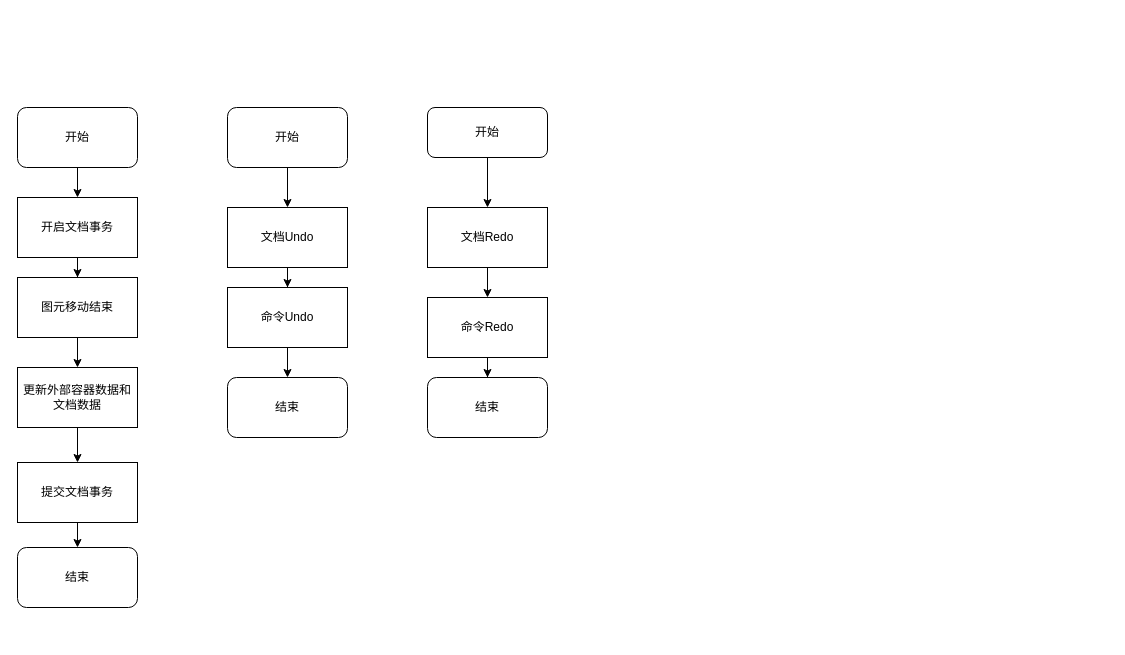
The draw.io diagram 草图Undo/Redo.drawio in liuhuliuhu123/First-test, before the edit. Source tidied: cells renumbered, new cells numbered last; positions are measured from the earlier drawing's top-left corner, leaving out a move shared by most shapes. Both pictures are drawn from the tidied source at 100%, with x=0, y=0 at pixel (17, 107).
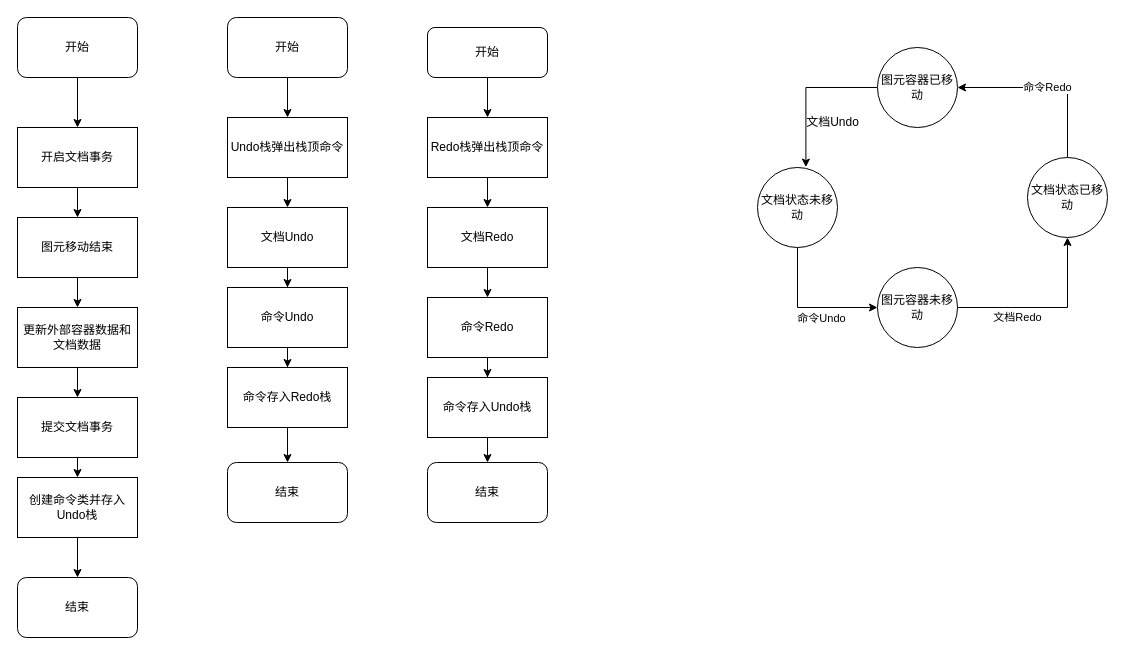
The same page after the edit.

The change refers to these unchanged cells:
```xml
<mxCell id="16" value="文档Undo" style="rounded=0;whiteSpace=wrap;html=1;" parent="1" vertex="1">
  <mxGeometry x="210" y="100" width="120" height="60" as="geometry" />
</mxCell>
<mxCell id="18" value="命令Undo" style="whiteSpace=wrap;html=1;rounded=0;" parent="1" vertex="1">
  <mxGeometry x="210" y="180" width="120" height="60" as="geometry" />
</mxCell>
<mxCell id="23" value="文档Redo" style="rounded=0;whiteSpace=wrap;html=1;" parent="1" vertex="1">
  <mxGeometry x="410" y="100" width="120" height="60" as="geometry" />
</mxCell>
<mxCell id="25" value="命令Redo" style="rounded=0;whiteSpace=wrap;html=1;" parent="1" vertex="1">
  <mxGeometry x="410" y="190" width="120" height="60" as="geometry" />
</mxCell>
```

What changed in the source:
```diff
@@
     <mxCell id="3" value="开始" style="rounded=1;whiteSpace=wrap;html=1;" parent="1" vertex="1">
-      <mxGeometry width="120" height="60" as="geometry" />
+      <mxGeometry y="-90" width="120" height="60" as="geometry" />
     </mxCell>
-    <mxCell id="4" style="edgeStyle=orthogonalEdgeStyle;rounded=0;jettySize=auto;html=1;entryX=0.5;entryY=0;entryDx=0;entryDy=0;" parent="1" edge="1" source="5" target="16">
-      <mxGeometry relative="1" as="geometry" />
-    </mxCell>
+    <mxCell id="27" style="edgeStyle=orthogonalEdgeStyle;rounded=0;jettySize=auto;html=1;entryX=0.5;entryY=0;entryDx=0;entryDy=0;" parent="1" edge="1" source="5" target="33">
+      <mxGeometry relative="1" as="geometry" />
+    </mxCell>
     <mxCell id="5" value="开始" style="rounded=1;whiteSpace=wrap;html=1;" parent="1" vertex="1">
-      <mxGeometry x="210" width="120" height="60" as="geometry" />
+      <mxGeometry x="210" y="-90" width="120" height="60" as="geometry" />
     </mxCell>
@@
     <mxCell id="7" value="开启文档事务" style="rounded=0;whiteSpace=wrap;html=1;" parent="1" vertex="1">
-      <mxGeometry y="90" width="120" height="60" as="geometry" />
+      <mxGeometry y="20" width="120" height="60" as="geometry" />
     </mxCell>
@@
     <mxCell id="9" value="图元移动结束" style="rounded=0;whiteSpace=wrap;html=1;" parent="1" vertex="1">
-      <mxGeometry y="170" width="120" height="60" as="geometry" />
+      <mxGeometry y="110" width="120" height="60" as="geometry" />
     </mxCell>
@@
     <mxCell id="11" value="更新外部容器数据和文档数据" style="rounded=0;whiteSpace=wrap;html=1;" parent="1" vertex="1">
-      <mxGeometry y="260" width="120" height="60" as="geometry" />
+      <mxGeometry y="200" width="120" height="60" as="geometry" />
     </mxCell>
-    <mxCell id="12" style="edgeStyle=orthogonalEdgeStyle;rounded=0;jettySize=auto;html=1;entryX=0.5;entryY=0;entryDx=0;entryDy=0;" parent="1" edge="1" source="13" target="14">
-      <mxGeometry relative="1" as="geometry" />
-    </mxCell>
+    <mxCell id="28" style="edgeStyle=orthogonalEdgeStyle;rounded=0;jettySize=auto;html=1;" parent="1" edge="1" source="13">
+      <mxGeometry relative="1" as="geometry">
+        <mxPoint x="60" y="370" as="targetPoint" />
+      </mxGeometry>
+    </mxCell>
     <mxCell id="13" value="提交文档事务" style="rounded=0;whiteSpace=wrap;html=1;" parent="1" vertex="1">
-      <mxGeometry y="355" width="120" height="60" as="geometry" />
+      <mxGeometry y="290" width="120" height="60" as="geometry" />
     </mxCell>
     <mxCell id="14" value="结束" style="rounded=1;whiteSpace=wrap;html=1;" parent="1" vertex="1">
-      <mxGeometry y="440" width="120" height="60" as="geometry" />
+      <mxGeometry y="470" width="120" height="60" as="geometry" />
     </mxCell>
@@
-    <mxCell id="17" style="edgeStyle=orthogonalEdgeStyle;rounded=0;jettySize=auto;html=1;entryX=0.5;entryY=0;entryDx=0;entryDy=0;" parent="1" edge="1" source="18" target="19">
-      <mxGeometry relative="1" as="geometry" />
-    </mxCell>
+    <mxCell id="29" style="edgeStyle=orthogonalEdgeStyle;rounded=0;jettySize=auto;html=1;entryX=0.5;entryY=0;entryDx=0;entryDy=0;" parent="1" edge="1" source="18" target="37">
+      <mxGeometry relative="1" as="geometry" />
+    </mxCell>
@@
     <mxCell id="19" value="结束" style="rounded=1;whiteSpace=wrap;html=1;" parent="1" vertex="1">
-      <mxGeometry x="210" y="270" width="120" height="60" as="geometry" />
+      <mxGeometry x="210" y="355" width="120" height="60" as="geometry" />
     </mxCell>
-    <mxCell id="20" style="edgeStyle=orthogonalEdgeStyle;rounded=0;jettySize=auto;html=1;entryX=0.5;entryY=0;entryDx=0;entryDy=0;" parent="1" edge="1" source="21" target="23">
-      <mxGeometry relative="1" as="geometry" />
-    </mxCell>
+    <mxCell id="30" style="edgeStyle=orthogonalEdgeStyle;rounded=0;jettySize=auto;html=1;" parent="1" edge="1" source="21" target="35">
+      <mxGeometry relative="1" as="geometry" />
+    </mxCell>
     <mxCell id="21" value="开始" style="rounded=1;whiteSpace=wrap;html=1;" parent="1" vertex="1">
-      <mxGeometry x="410" width="120" height="50" as="geometry" />
+      <mxGeometry x="410" y="-80" width="120" height="50" as="geometry" />
     </mxCell>
@@
-    <mxCell id="24" style="edgeStyle=orthogonalEdgeStyle;rounded=0;jettySize=auto;html=1;entryX=0.5;entryY=0;entryDx=0;entryDy=0;" parent="1" edge="1" source="25" target="26">
-      <mxGeometry relative="1" as="geometry" />
-    </mxCell>
+    <mxCell id="31" style="edgeStyle=orthogonalEdgeStyle;rounded=0;jettySize=auto;html=1;entryX=0.5;entryY=0;entryDx=0;entryDy=0;" parent="1" edge="1" source="25" target="39">
+      <mxGeometry relative="1" as="geometry" />
+    </mxCell>
@@
     <mxCell id="26" value="结束" style="rounded=1;whiteSpace=wrap;html=1;" parent="1" vertex="1">
-      <mxGeometry x="410" y="270" width="120" height="60" as="geometry" />
+      <mxGeometry x="410" y="355" width="120" height="60" as="geometry" />
     </mxCell>
+    <mxCell id="32" style="edgeStyle=orthogonalEdgeStyle;rounded=0;jettySize=auto;html=1;entryX=0.5;entryY=0;entryDx=0;entryDy=0;" parent="1" edge="1" source="33" target="16">
+      <mxGeometry relative="1" as="geometry" />
+    </mxCell>
+    <mxCell id="33" value="Undo栈弹出栈顶命令" style="rounded=0;whiteSpace=wrap;html=1;" parent="1" vertex="1">
+      <mxGeometry x="210" y="10" width="120" height="60" as="geometry" />
+    </mxCell>
+    <mxCell id="34" style="edgeStyle=orthogonalEdgeStyle;rounded=0;jettySize=auto;html=1;entryX=0.5;entryY=0;entryDx=0;entryDy=0;" parent="1" edge="1" source="35" target="23">
+      <mxGeometry relative="1" as="geometry" />
+    </mxCell>
+    <mxCell id="35" value="Redo栈弹出栈顶命令" style="rounded=0;whiteSpace=wrap;html=1;" parent="1" vertex="1">
+      <mxGeometry x="410" y="10" width="120" height="60" as="geometry" />
+    </mxCell>
+    <mxCell id="36" style="edgeStyle=orthogonalEdgeStyle;rounded=0;jettySize=auto;html=1;entryX=0.5;entryY=0;entryDx=0;entryDy=0;" parent="1" edge="1" source="37" target="19">
+      <mxGeometry relative="1" as="geometry" />
+    </mxCell>
+    <mxCell id="37" value="命令存入Redo栈" style="rounded=0;whiteSpace=wrap;html=1;" parent="1" vertex="1">
+      <mxGeometry x="210" y="260" width="120" height="60" as="geometry" />
+    </mxCell>
+    <mxCell id="38" style="edgeStyle=orthogonalEdgeStyle;rounded=0;jettySize=auto;html=1;entryX=0.5;entryY=0;entryDx=0;entryDy=0;" parent="1" edge="1" source="39" target="26">
+      <mxGeometry relative="1" as="geometry" />
+    </mxCell>
+    <mxCell id="39" value="命令存入Undo栈" style="rounded=0;whiteSpace=wrap;html=1;" parent="1" vertex="1">
+      <mxGeometry x="410" y="270" width="120" height="60" as="geometry" />
+    </mxCell>
+    <mxCell id="40" style="edgeStyle=orthogonalEdgeStyle;rounded=0;jettySize=auto;html=1;entryX=0.5;entryY=0;entryDx=0;entryDy=0;" parent="1" edge="1" source="41" target="14">
+      <mxGeometry relative="1" as="geometry" />
+    </mxCell>
+    <mxCell id="41" value="创建命令类并存入Undo栈" style="rounded=0;whiteSpace=wrap;html=1;" parent="1" vertex="1">
+      <mxGeometry y="370" width="120" height="60" as="geometry" />
+    </mxCell>
+    <mxCell id="42" value="文档Redo" style="edgeStyle=orthogonalEdgeStyle;rounded=0;jettySize=auto;html=1;entryX=0.5;entryY=1;entryDx=0;entryDy=0;" parent="1" edge="1" source="43" target="51">
+      <mxGeometry x="-0.33" y="-10" relative="1" as="geometry">
+        <Array as="points">
+          <mxPoint x="1050" y="200" />
+        </Array>
+      </mxGeometry>
+    </mxCell>
+    <mxCell id="43" value="图元容器未移动" style="ellipse;whiteSpace=wrap;html=1;" parent="1" vertex="1">
+      <mxGeometry x="860" y="160" width="80" height="80" as="geometry" />
+    </mxCell>
+    <mxCell id="44" style="edgeStyle=orthogonalEdgeStyle;rounded=0;jettySize=auto;html=1;entryX=0.605;entryY=-0.005;entryDx=0;entryDy=0;entryPerimeter=0;" parent="1" edge="1" source="45" target="49">
+      <mxGeometry relative="1" as="geometry" />
+    </mxCell>
+    <mxCell id="45" value="图元容器已移动" style="ellipse;whiteSpace=wrap;html=1;" parent="1" vertex="1">
+      <mxGeometry x="860" y="-60" width="80" height="80" as="geometry" />
+    </mxCell>
+    <mxCell id="46" value="文档Undo" style="text;html=1;align=center;verticalAlign=middle;strokeColor=none;fillColor=none;" parent="1" vertex="1">
+      <mxGeometry x="775" width="80" height="30" as="geometry" />
+    </mxCell>
+    <mxCell id="47" style="edgeStyle=orthogonalEdgeStyle;rounded=0;jettySize=auto;html=1;entryX=0;entryY=0.5;entryDx=0;entryDy=0;" parent="1" edge="1" source="49" target="43">
+      <mxGeometry relative="1" as="geometry">
+        <Array as="points">
+          <mxPoint x="780" y="200" />
+        </Array>
+      </mxGeometry>
+    </mxCell>
+    <mxCell id="48" value="命令Undo" style="edgeLabel;html=1;align=center;verticalAlign=middle;" parent="47" vertex="1">
+      <mxGeometry x="0.18" y="1" relative="1" as="geometry">
+        <mxPoint y="11" as="offset" />
+      </mxGeometry>
+    </mxCell>
+    <mxCell id="49" value="文档状态未移动" style="ellipse;whiteSpace=wrap;html=1;" parent="1" vertex="1">
+      <mxGeometry x="740" y="60" width="80" height="80" as="geometry" />
+    </mxCell>
+    <mxCell id="50" value="命令Redo" style="edgeStyle=orthogonalEdgeStyle;rounded=0;jettySize=auto;html=1;entryX=1;entryY=0.5;entryDx=0;entryDy=0;" parent="1" edge="1" source="51" target="45">
+      <mxGeometry relative="1" as="geometry">
+        <Array as="points">
+          <mxPoint x="1050" y="-20" />
+        </Array>
+      </mxGeometry>
+    </mxCell>
+    <mxCell id="51" value="文档状态已移动" style="ellipse;whiteSpace=wrap;html=1;" parent="1" vertex="1">
+      <mxGeometry x="1010" y="50" width="80" height="80" as="geometry" />
+    </mxCell>
```
